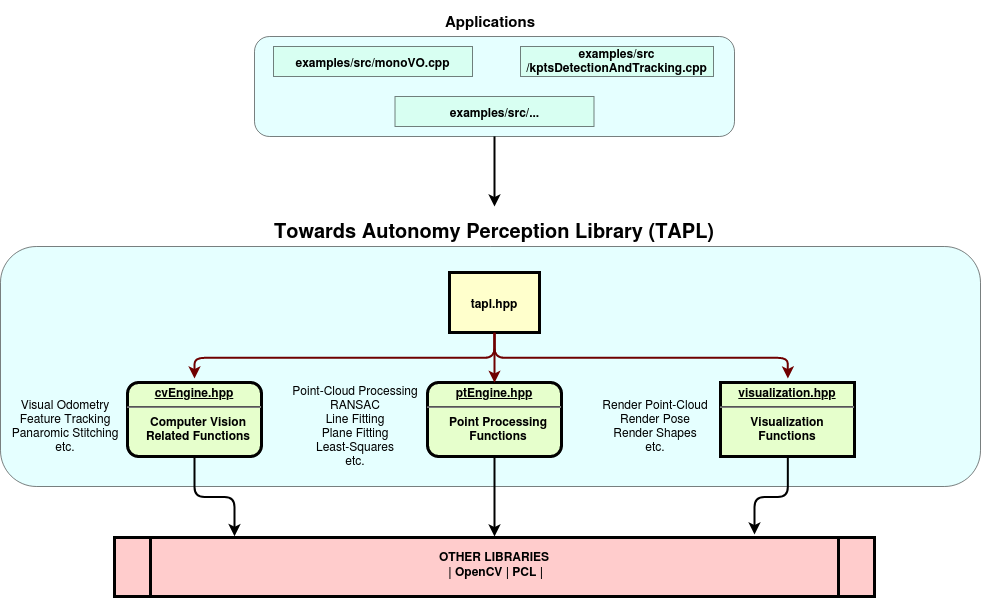
The draw.io diagram media/tapl_architecture.png in towardsautonomy/TAPL, before a commit. Source tidied: cells renumbered, new cells last; positions are measured from the earlier drawing's top-left corner, leaving out a move shared by most shapes.
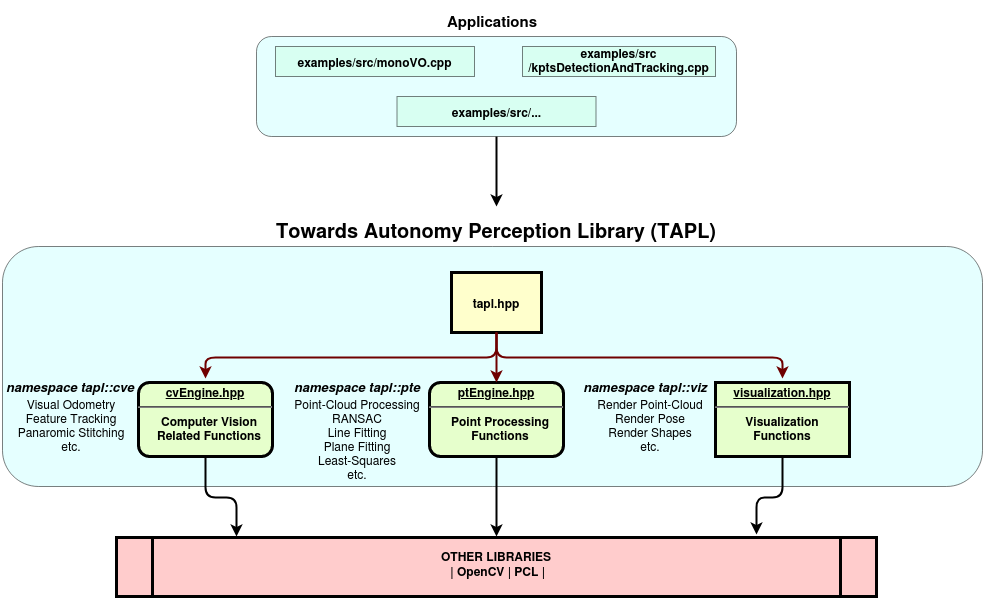
Above is the later version.

Diff of the diagram source:
```diff
@@ -9,7 +9,7 @@
       <mxGeometry relative="1" as="geometry" />
     </mxCell>
     <mxCell id="4" value="&lt;p style=&quot;margin: 0px ; margin-top: 4px ; text-align: center ; text-decoration: underline&quot;&gt;&lt;strong&gt;cvEngine.hpp&lt;br&gt;&lt;/strong&gt;&lt;/p&gt;&lt;hr&gt;&lt;p style=&quot;margin: 0px ; margin-left: 8px&quot;&gt;Computer Vision &lt;br&gt;&lt;/p&gt;&lt;p style=&quot;margin: 0px ; margin-left: 8px&quot;&gt;Related Functions&lt;br&gt;&lt;/p&gt;" style="verticalAlign=middle;align=center;overflow=fill;fontSize=12;fontFamily=Helvetica;html=1;rounded=1;fontStyle=1;strokeWidth=3;fillColor=#E6FFCC;" parent="1" vertex="1">
-      <mxGeometry x="127" y="376" width="134" height="74" as="geometry" />
+      <mxGeometry x="136" y="376" width="134" height="74" as="geometry" />
     </mxCell>
     <mxCell id="5" value="tapl.hpp" style="whiteSpace=wrap;align=center;verticalAlign=middle;fontStyle=1;strokeWidth=3;fillColor=#FFFFCC;" parent="1" vertex="1">
       <mxGeometry x="449" y="266" width="90" height="60" as="geometry" />
@@ -18,7 +18,7 @@
       <mxGeometry x="114" y="531" width="760" height="59" as="geometry" />
     </mxCell>
     <mxCell id="7" value="Visual Odometry&#10;Feature Tracking&#10;Panaromic Stitching&#10;etc.&#10;" style="text;spacingTop=-5;align=center;" parent="1" vertex="1">
-      <mxGeometry x="50" y="390" width="30" height="20" as="geometry" />
+      <mxGeometry x="54" y="390" width="30" height="20" as="geometry" />
     </mxCell>
     <mxCell id="8" style="edgeStyle=orthogonalEdgeStyle;elbow=horizontal;endArrow=classic;exitX=0.5;exitY=1;exitDx=0;exitDy=0;fillColor=#a20025;strokeColor=#6F0000;jumpSize=6;endSize=6;startSize=6;targetPerimeterSpacing=4;fontSize=10;strokeWidth=2;" parent="1" edge="1" source="5" target="4">
       <mxGeometry relative="1" as="geometry" />
@@ -35,16 +35,16 @@
       <mxGeometry relative="1" as="geometry" />
     </mxCell>
     <mxCell id="12" value="Point-Cloud Processing&#10;RANSAC&#10;Line Fitting&#10;Plane Fitting&#10;Least-Squares&#10;etc.&#10;" style="text;spacingTop=-5;align=center;" parent="1" vertex="1">
-      <mxGeometry x="340" y="376" width="30" height="20" as="geometry" />
+      <mxGeometry x="340" y="390" width="30" height="20" as="geometry" />
     </mxCell>
     <mxCell id="13" style="edgeStyle=orthogonalEdgeStyle;rounded=1;jumpSize=6;jettySize=auto;html=0;entryX=0.842;entryY=-0.051;entryDx=0;entryDy=0;entryPerimeter=0;startSize=6;endSize=6;targetPerimeterSpacing=5;strokeWidth=2;fontSize=10;" parent="1" edge="1" source="14" target="6">
       <mxGeometry relative="1" as="geometry" />
     </mxCell>
     <mxCell id="14" value="&lt;p style=&quot;margin: 0px ; margin-top: 4px ; text-align: center ; text-decoration: underline&quot;&gt;&lt;strong&gt;visualization.hpp&lt;br&gt;&lt;/strong&gt;&lt;/p&gt;&lt;hr&gt;&lt;div&gt;Visualization &lt;br&gt;&lt;/div&gt;&lt;div&gt;Functions&lt;/div&gt;" style="verticalAlign=middle;align=center;overflow=fill;fontSize=12;fontFamily=Helvetica;html=1;rounded=1;fontStyle=1;strokeWidth=3;fillColor=#E6FFCC;arcSize=0;" parent="1" vertex="1">
-      <mxGeometry x="720" y="376" width="134" height="74" as="geometry" />
+      <mxGeometry x="713" y="376" width="134" height="74" as="geometry" />
     </mxCell>
     <mxCell id="15" value="Render Point-Cloud&#10;Render Pose&#10;Render Shapes&#10;etc.&#10;" style="text;spacingTop=-5;align=center;" parent="1" vertex="1">
-      <mxGeometry x="640" y="390" width="30" height="20" as="geometry" />
+      <mxGeometry x="633" y="390" width="30" height="20" as="geometry" />
     </mxCell>
     <mxCell id="16" style="edgeStyle=orthogonalEdgeStyle;elbow=horizontal;endArrow=classic;html=1;exitX=0.5;exitY=1;exitDx=0;exitDy=0;fillColor=#a20025;strokeColor=#6F0000;jumpSize=6;endSize=6;startSize=6;targetPerimeterSpacing=4;strokeWidth=2;" parent="1" edge="1" source="5" target="14">
       <mxGeometry relative="1" as="geometry" />
@@ -72,5 +72,17 @@
     <mxCell id="23" value="&lt;font style=&quot;font-size: 12px&quot;&gt;&lt;b&gt;examples/src/...&lt;/b&gt;&lt;/font&gt;" style="rounded=0;whiteSpace=wrap;html=1;fillColor=#CCFFE6;fontSize=10;opacity=50;" parent="1" vertex="1">
       <mxGeometry x="394.5" y="90" width="199" height="30" as="geometry" />
     </mxCell>
+    <mxCell id="24" value="&lt;font style=&quot;font-size: 13px&quot;&gt;&lt;i&gt;&lt;b&gt;namespace tapl::cve&lt;/b&gt;&lt;/i&gt;&lt;/font&gt;" style="text;html=1;strokeColor=none;fillColor=none;align=center;verticalAlign=middle;whiteSpace=wrap;rounded=0;" parent="1" vertex="1">
+      <mxGeometry x="-2" y="370" width="140" height="20" as="geometry" />
+    </mxCell>
+    <mxCell id="25" value="&lt;font style=&quot;font-size: 13px&quot;&gt;&lt;i&gt;&lt;b&gt;namespace tapl::pte&lt;/b&gt;&lt;/i&gt;&lt;/font&gt;" style="text;html=1;strokeColor=none;fillColor=none;align=center;verticalAlign=middle;whiteSpace=wrap;rounded=0;" parent="1" vertex="1">
+      <mxGeometry x="285" y="370" width="140" height="20" as="geometry" />
+    </mxCell>
+    <mxCell id="26" style="edgeStyle=orthogonalEdgeStyle;rounded=0;orthogonalLoop=1;jettySize=auto;html=1;exitX=0.5;exitY=1;exitDx=0;exitDy=0;" parent="1" edge="1" source="7" target="7">
+      <mxGeometry relative="1" as="geometry" />
+    </mxCell>
+    <mxCell id="27" value="&lt;font style=&quot;font-size: 13px&quot;&gt;&lt;i&gt;&lt;b&gt;namespace tapl::viz&lt;/b&gt;&lt;/i&gt;&lt;/font&gt;" style="text;html=1;strokeColor=none;fillColor=none;align=center;verticalAlign=middle;whiteSpace=wrap;rounded=0;" parent="1" vertex="1">
+      <mxGeometry x="573" y="370" width="140" height="20" as="geometry" />
+    </mxCell>
   </root>
 </mxGraphModel>
```
